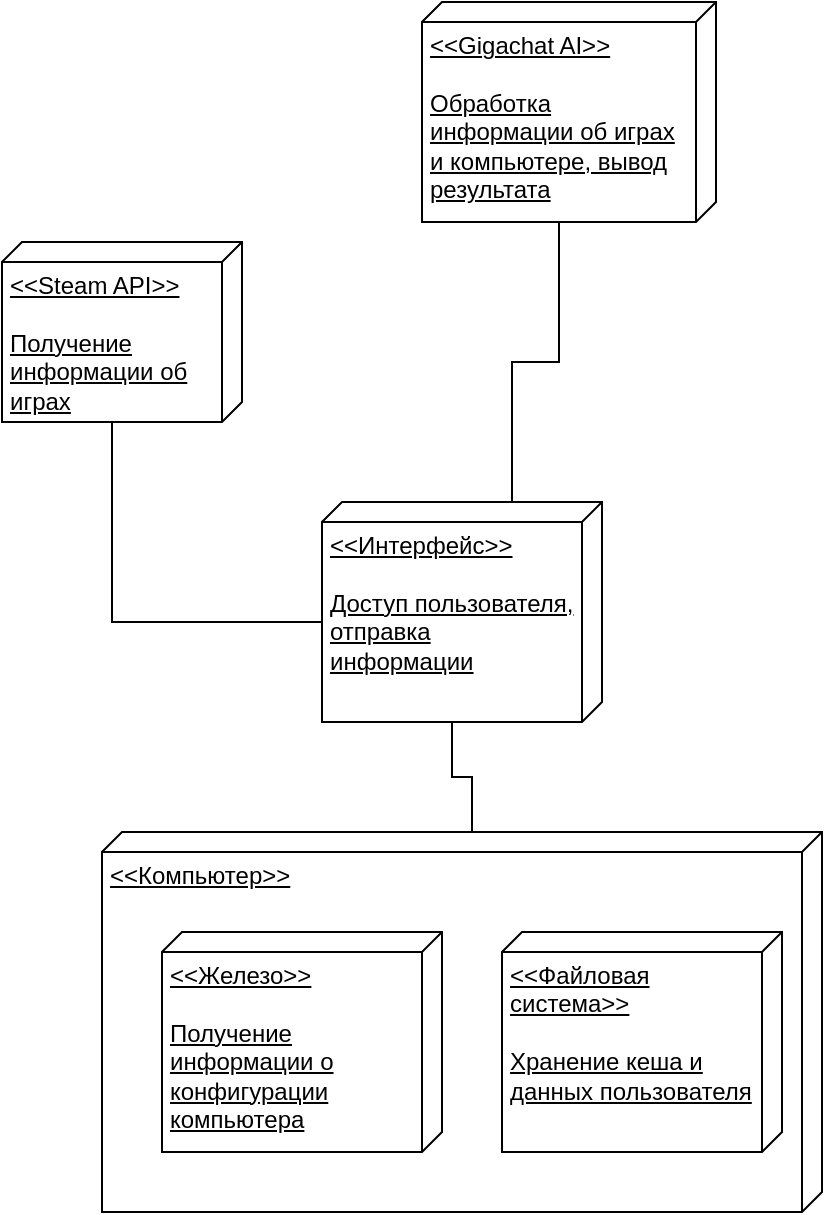
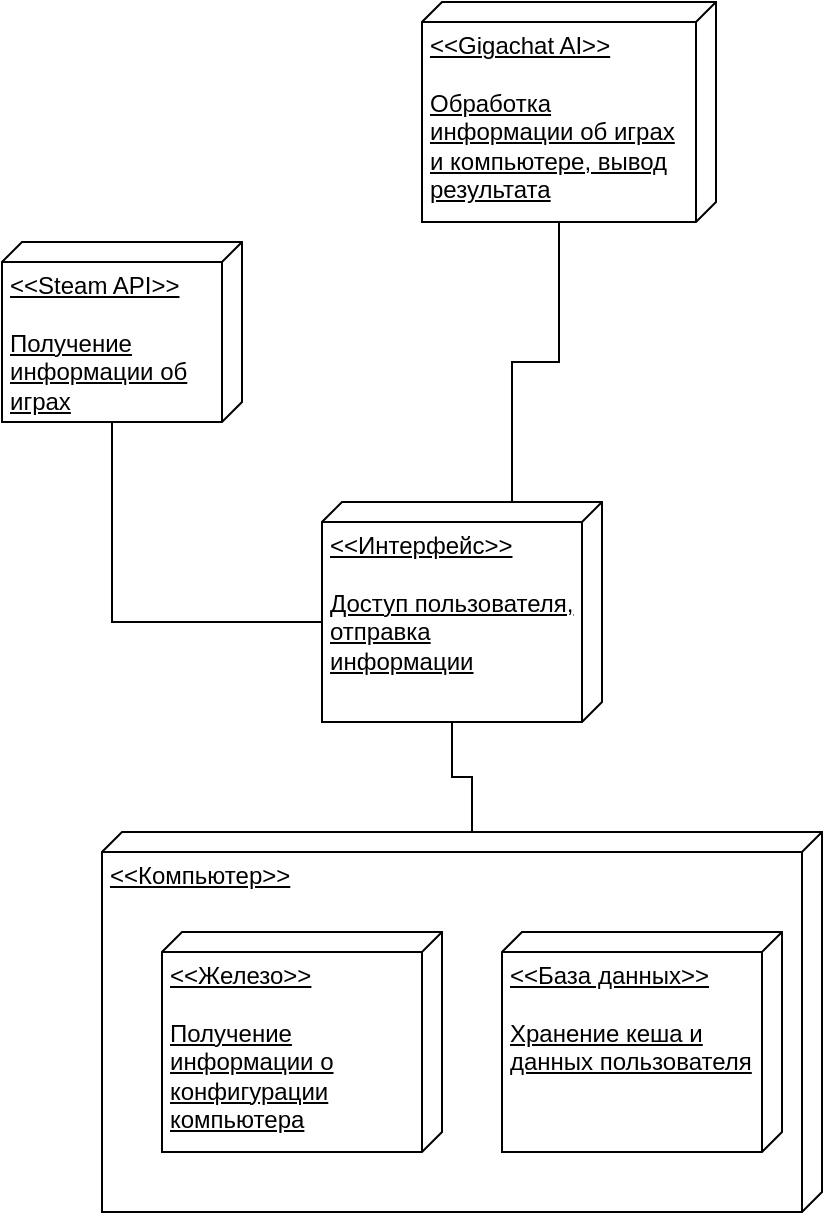
<mxfile host="Electron" agent="Mozilla/5.0 (Windows NT 10.0; Win64; x64) AppleWebKit/537.36 (KHTML, like Gecko) draw.io/27.0.9 Chrome/134.0.6998.205 Electron/35.4.0 Safari/537.36" version="27.0.9">
  <diagram name="Страница — 1" id="-oLkC2WPyd8XbFoJFNXZ">
-     <mxGraphModel dx="983" dy="580" grid="1" gridSize="10" guides="1" tooltips="1" connect="1" arrows="1" fold="1" page="1" pageScale="1" pageWidth="827" pageHeight="1169" math="0" shadow="0">
+     <mxGraphModel dx="1426" dy="841" grid="1" gridSize="10" guides="1" tooltips="1" connect="1" arrows="1" fold="1" page="1" pageScale="1" pageWidth="827" pageHeight="1169" math="0" shadow="0">
      <root>
        <mxCell id="0" />
        <mxCell id="1" parent="0" />
        <mxCell id="Nyt6wrkEjaiMcptMLvrQ-1" value="&amp;lt;&amp;lt;Интерфейс&amp;gt;&amp;gt;&lt;div&gt;&lt;br&gt;&lt;/div&gt;&lt;div&gt;Доступ пользователя, отправка информации&lt;/div&gt;" style="verticalAlign=top;align=left;spacingTop=8;spacingLeft=2;spacingRight=12;shape=cube;size=10;direction=south;fontStyle=4;html=1;whiteSpace=wrap;" parent="1" vertex="1">
          <mxGeometry x="350" y="420" width="140" height="110" as="geometry" />
        </mxCell>
        <mxCell id="Nyt6wrkEjaiMcptMLvrQ-2" value="&amp;lt;&amp;lt;Steam API&amp;gt;&amp;gt;&lt;div&gt;&lt;br&gt;&lt;/div&gt;&lt;div&gt;Получение информации об играх&lt;/div&gt;" style="verticalAlign=top;align=left;spacingTop=8;spacingLeft=2;spacingRight=12;shape=cube;size=10;direction=south;fontStyle=4;html=1;whiteSpace=wrap;" parent="1" vertex="1">
          <mxGeometry x="190" y="290" width="120" height="90" as="geometry" />
        </mxCell>
        <mxCell id="Nyt6wrkEjaiMcptMLvrQ-3" value="&amp;lt;&amp;lt;Gigachat AI&amp;gt;&amp;gt;&lt;div&gt;&lt;br&gt;&lt;/div&gt;&lt;div&gt;Обработка информации об играх и компьютере, вывод результата&lt;/div&gt;" style="verticalAlign=top;align=left;spacingTop=8;spacingLeft=2;spacingRight=12;shape=cube;size=10;direction=south;fontStyle=4;html=1;whiteSpace=wrap;" parent="1" vertex="1">
          <mxGeometry x="400" y="170" width="147" height="110" as="geometry" />
        </mxCell>
        <mxCell id="Nyt6wrkEjaiMcptMLvrQ-4" style="edgeStyle=orthogonalEdgeStyle;rounded=0;orthogonalLoop=1;jettySize=auto;html=1;exitX=0;exitY=0;exitDx=90;exitDy=65;exitPerimeter=0;entryX=0;entryY=0;entryDx=60;entryDy=140;entryPerimeter=0;endArrow=none;startFill=0;" parent="1" source="Nyt6wrkEjaiMcptMLvrQ-2" target="Nyt6wrkEjaiMcptMLvrQ-1" edge="1">
          <mxGeometry relative="1" as="geometry" />
        </mxCell>
        <mxCell id="Nyt6wrkEjaiMcptMLvrQ-5" style="edgeStyle=orthogonalEdgeStyle;rounded=0;orthogonalLoop=1;jettySize=auto;html=1;exitX=0;exitY=0;exitDx=0;exitDy=45;exitPerimeter=0;entryX=0;entryY=0;entryDx=110;entryDy=78.5;entryPerimeter=0;startArrow=none;startFill=0;endArrow=none;" parent="1" source="Nyt6wrkEjaiMcptMLvrQ-1" target="Nyt6wrkEjaiMcptMLvrQ-3" edge="1">
          <mxGeometry relative="1" as="geometry" />
        </mxCell>
-         <mxCell id="r9n3Ld0nUmuHxWcFe9l3-4" value="&amp;lt;&amp;lt;Компьютер&amp;gt;&amp;gt;&lt;div&gt;&lt;br&gt;&lt;/div&gt;" style="verticalAlign=top;align=left;spacingTop=8;spacingLeft=2;spacingRight=12;shape=cube;size=10;direction=south;fontStyle=4;html=1;whiteSpace=wrap;" vertex="1" parent="1">
+         <mxCell id="r9n3Ld0nUmuHxWcFe9l3-4" value="&amp;lt;&amp;lt;Компьютер&amp;gt;&amp;gt;&lt;div&gt;&lt;br&gt;&lt;/div&gt;" style="verticalAlign=top;align=left;spacingTop=8;spacingLeft=2;spacingRight=12;shape=cube;size=10;direction=south;fontStyle=4;html=1;whiteSpace=wrap;" parent="1" vertex="1">
          <mxGeometry x="240" y="585" width="360" height="190" as="geometry" />
        </mxCell>
        <mxCell id="Nyt6wrkEjaiMcptMLvrQ-7" value="&amp;lt;&amp;lt;Железо&amp;gt;&amp;gt;&lt;div&gt;&lt;br&gt;&lt;/div&gt;&lt;div&gt;Получение информации о конфигурации компьютера&lt;/div&gt;" style="verticalAlign=top;align=left;spacingTop=8;spacingLeft=2;spacingRight=12;shape=cube;size=10;direction=south;fontStyle=4;html=1;whiteSpace=wrap;" parent="1" vertex="1">
          <mxGeometry x="270" y="635" width="140" height="110" as="geometry" />
        </mxCell>
-         <mxCell id="r9n3Ld0nUmuHxWcFe9l3-1" value="&amp;lt;&amp;lt;Файловая система&amp;gt;&amp;gt;&lt;div&gt;&lt;br&gt;&lt;/div&gt;&lt;div&gt;Хранение кеша и данных пользователя&lt;/div&gt;" style="verticalAlign=top;align=left;spacingTop=8;spacingLeft=2;spacingRight=12;shape=cube;size=10;direction=south;fontStyle=4;html=1;whiteSpace=wrap;" vertex="1" parent="1">
+         <mxCell id="r9n3Ld0nUmuHxWcFe9l3-1" value="&amp;lt;&amp;lt;База данных&amp;gt;&amp;gt;&lt;div&gt;&lt;br&gt;&lt;/div&gt;&lt;div&gt;Хранение кеша и данных пользователя&lt;/div&gt;" style="verticalAlign=top;align=left;spacingTop=8;spacingLeft=2;spacingRight=12;shape=cube;size=10;direction=south;fontStyle=4;html=1;whiteSpace=wrap;" parent="1" vertex="1">
          <mxGeometry x="440" y="635" width="140" height="110" as="geometry" />
        </mxCell>
-         <mxCell id="r9n3Ld0nUmuHxWcFe9l3-5" style="edgeStyle=orthogonalEdgeStyle;rounded=0;orthogonalLoop=1;jettySize=auto;html=1;exitX=0;exitY=0;exitDx=110;exitDy=75;exitPerimeter=0;entryX=0;entryY=0;entryDx=0;entryDy=175;entryPerimeter=0;endArrow=none;startFill=0;" edge="1" parent="1" source="Nyt6wrkEjaiMcptMLvrQ-1" target="r9n3Ld0nUmuHxWcFe9l3-4">
+         <mxCell id="r9n3Ld0nUmuHxWcFe9l3-5" style="edgeStyle=orthogonalEdgeStyle;rounded=0;orthogonalLoop=1;jettySize=auto;html=1;exitX=0;exitY=0;exitDx=110;exitDy=75;exitPerimeter=0;entryX=0;entryY=0;entryDx=0;entryDy=175;entryPerimeter=0;endArrow=none;startFill=0;" parent="1" source="Nyt6wrkEjaiMcptMLvrQ-1" target="r9n3Ld0nUmuHxWcFe9l3-4" edge="1">
          <mxGeometry relative="1" as="geometry">
            <mxPoint x="260" y="480" as="sourcePoint" />
            <mxPoint x="365" y="580" as="targetPoint" />
          </mxGeometry>
        </mxCell>
      </root>
    </mxGraphModel>
  </diagram>
</mxfile>
